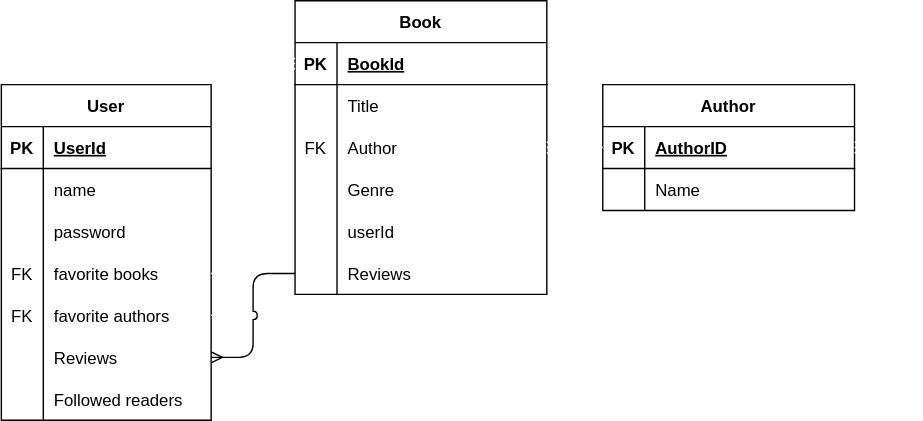
This is img/erd.drawio.svg from WaltersMatthew/BookTalk, a draw.io export, as it was before one commit. Source tidied: cells renumbered, new cells last; positions are measured from the earlier drawing's top-left corner, leaving out a move shared by most shapes.
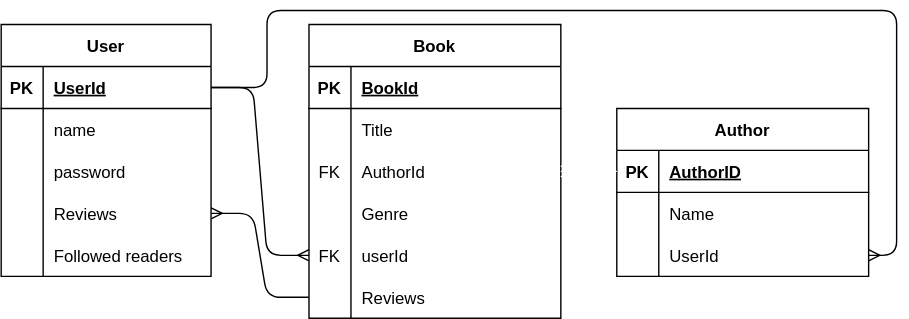
Later version of the same file.

What changed in the source:
```diff
@@ -3,7 +3,7 @@
     <mxCell id="0" />
     <mxCell id="1" parent="0" />
     <mxCell id="2" value="User" style="shape=table;startSize=30;rowLines=0;fontStyle=1;align=center;swimlaneFillColor=default;" parent="1" vertex="1">
-      <mxGeometry y="60" width="150" height="240" as="geometry" />
+      <mxGeometry x="-10" width="150" height="180" as="geometry" />
     </mxCell>
     <mxCell id="3" style="shape=partialRectangle;fillColor=none;top=0;left=0;bottom=1;right=0;points=[[0,0.5],[1,0.5]];portConstraint=eastwest;" parent="2" vertex="1">
       <mxGeometry y="30" width="150" height="30" as="geometry" />
@@ -32,26 +32,8 @@
     <mxCell id="11" value="password" style="shape=partialRectangle;fillColor=none;top=0;left=0;bottom=0;right=0;align=left;spacingLeft=6;overflow=hidden;" parent="9" vertex="1">
       <mxGeometry x="30" width="120" height="30" as="geometry" />
     </mxCell>
-    <mxCell id="12" style="shape=partialRectangle;fillColor=none;top=0;left=0;bottom=0;right=0;points=[[0,0.5],[1,0.5]];portConstraint=eastwest;" parent="2" vertex="1">
-      <mxGeometry y="120" width="150" height="30" as="geometry" />
-    </mxCell>
-    <mxCell id="13" value="FK" style="shape=partialRectangle;fillColor=none;top=0;left=0;bottom=0;right=0;overflow=hidden;" parent="12" vertex="1">
-      <mxGeometry width="30" height="30" as="geometry" />
-    </mxCell>
-    <mxCell id="14" value="favorite books" style="shape=partialRectangle;fillColor=none;top=0;left=0;bottom=0;right=0;align=left;spacingLeft=6;overflow=hidden;" parent="12" vertex="1">
-      <mxGeometry x="30" width="120" height="30" as="geometry" />
-    </mxCell>
-    <mxCell id="15" style="shape=partialRectangle;fillColor=none;top=0;left=0;bottom=0;right=0;points=[[0,0.5],[1,0.5]];portConstraint=eastwest;" parent="2" vertex="1">
-      <mxGeometry y="150" width="150" height="30" as="geometry" />
-    </mxCell>
-    <mxCell id="16" value="FK" style="shape=partialRectangle;fillColor=none;top=0;left=0;bottom=0;right=0;overflow=hidden;" parent="15" vertex="1">
-      <mxGeometry width="30" height="30" as="geometry" />
-    </mxCell>
-    <mxCell id="17" value="favorite authors" style="shape=partialRectangle;fillColor=none;top=0;left=0;bottom=0;right=0;align=left;spacingLeft=6;overflow=hidden;" parent="15" vertex="1">
-      <mxGeometry x="30" width="120" height="30" as="geometry" />
-    </mxCell>
     <mxCell id="18" style="shape=partialRectangle;fillColor=none;top=0;left=0;bottom=0;right=0;points=[[0,0.5],[1,0.5]];portConstraint=eastwest;" parent="2" vertex="1">
-      <mxGeometry y="180" width="150" height="30" as="geometry" />
+      <mxGeometry y="120" width="150" height="30" as="geometry" />
     </mxCell>
     <mxCell id="19" style="shape=partialRectangle;fillColor=none;top=0;left=0;bottom=0;right=0;overflow=hidden;" parent="18" vertex="1">
       <mxGeometry width="30" height="30" as="geometry" />
@@ -60,7 +42,7 @@
       <mxGeometry x="30" width="120" height="30" as="geometry" />
     </mxCell>
     <mxCell id="21" style="shape=partialRectangle;fillColor=none;top=0;left=0;bottom=0;right=0;" parent="2" vertex="1">
-      <mxGeometry y="210" width="150" height="30" as="geometry" />
+      <mxGeometry y="150" width="150" height="30" as="geometry" />
     </mxCell>
     <mxCell id="22" style="shape=partialRectangle;fillColor=none;top=0;left=0;bottom=0;right=0;overflow=hidden;" parent="21" vertex="1">
       <mxGeometry width="30" height="30" as="geometry" />
@@ -95,7 +77,7 @@
     <mxCell id="32" value="FK" style="shape=partialRectangle;fillColor=none;top=0;left=0;bottom=0;right=0;overflow=hidden;" parent="31" vertex="1">
       <mxGeometry width="30" height="30" as="geometry" />
     </mxCell>
-    <mxCell id="33" value="Author" style="shape=partialRectangle;fillColor=none;top=0;left=0;bottom=0;right=0;align=left;spacingLeft=6;overflow=hidden;" parent="31" vertex="1">
+    <mxCell id="33" value="AuthorId" style="shape=partialRectangle;fillColor=none;top=0;left=0;bottom=0;right=0;align=left;spacingLeft=6;overflow=hidden;" parent="31" vertex="1">
       <mxGeometry x="30" width="150" height="30" as="geometry" />
     </mxCell>
     <mxCell id="34" style="shape=partialRectangle;fillColor=none;top=0;left=0;bottom=0;right=0;" parent="24" vertex="1">
@@ -110,7 +92,7 @@
     <mxCell id="37" style="shape=partialRectangle;fillColor=none;top=0;left=0;bottom=0;right=0;points=[[0,0.5],[1,0.5]];portConstraint=eastwest;" parent="24" vertex="1">
       <mxGeometry y="150" width="180" height="30" as="geometry" />
     </mxCell>
-    <mxCell id="38" style="shape=partialRectangle;fillColor=none;top=0;left=0;bottom=0;right=0;overflow=hidden;" parent="37" vertex="1">
+    <mxCell id="38" value="FK" style="shape=partialRectangle;fillColor=none;top=0;left=0;bottom=0;right=0;overflow=hidden;" parent="37" vertex="1">
       <mxGeometry width="30" height="30" as="geometry" />
     </mxCell>
     <mxCell id="39" value="userId" style="shape=partialRectangle;fillColor=none;top=0;left=0;bottom=0;right=0;align=left;spacingLeft=6;overflow=hidden;" parent="37" vertex="1">
@@ -125,11 +107,8 @@
     <mxCell id="42" value="Reviews" style="shape=partialRectangle;fillColor=none;top=0;left=0;bottom=0;right=0;align=left;spacingLeft=6;overflow=hidden;" parent="40" vertex="1">
       <mxGeometry x="30" width="150" height="30" as="geometry" />
     </mxCell>
-    <mxCell id="43" style="edgeStyle=entityRelationEdgeStyle;fontSize=12;html=1;endArrow=ERmany;exitX=1;exitY=0.5;exitDx=0;exitDy=0;entryX=0;entryY=0.5;entryDx=0;entryDy=0;fillColor=#f9f7ed;strokeColor=#FFFFFF;" parent="1" edge="1" source="12" target="25">
-      <mxGeometry relative="1" as="geometry" />
-    </mxCell>
     <mxCell id="44" value="Author" style="shape=table;startSize=30;rowLines=0;fontStyle=1;align=center;swimlaneFillColor=default;" parent="1" vertex="1">
-      <mxGeometry x="430" y="60" width="180" height="90" as="geometry" />
+      <mxGeometry x="430" y="60" width="180" height="120" as="geometry" />
     </mxCell>
     <mxCell id="45" style="shape=partialRectangle;fillColor=none;top=0;left=0;bottom=1;right=0;points=[[0,0.5],[1,0.5]];portConstraint=eastwest;" parent="44" vertex="1">
       <mxGeometry y="30" width="180" height="30" as="geometry" />
@@ -149,19 +128,34 @@
     <mxCell id="50" value="Name" style="shape=partialRectangle;fillColor=none;top=0;left=0;bottom=0;right=0;align=left;spacingLeft=6;overflow=hidden;" parent="48" vertex="1">
       <mxGeometry x="30" width="150" height="30" as="geometry" />
     </mxCell>
+    <mxCell id="54" style="shape=partialRectangle;fillColor=none;top=0;left=0;bottom=0;right=0;points=[[0,0.5],[1,0.5]];portConstraint=eastwest;" parent="44" vertex="1">
+      <mxGeometry y="90" width="180" height="30" as="geometry" />
+    </mxCell>
+    <mxCell id="55" style="shape=partialRectangle;fillColor=none;top=0;left=0;bottom=0;right=0;overflow=hidden;" parent="54" vertex="1">
+      <mxGeometry width="30" height="30" as="geometry" />
+    </mxCell>
+    <mxCell id="56" value="UserId" style="shape=partialRectangle;fillColor=none;top=0;left=0;bottom=0;right=0;align=left;spacingLeft=6;overflow=hidden;" parent="54" vertex="1">
+      <mxGeometry x="30" width="150" height="30" as="geometry" />
+    </mxCell>
     <mxCell id="51" style="edgeStyle=entityRelationEdgeStyle;fontSize=12;html=1;endArrow=ERmany;exitX=0;exitY=0.5;exitDx=0;exitDy=0;strokeColor=#FFFFFF;" parent="1" edge="1" source="45" target="31">
       <mxGeometry relative="1" as="geometry" />
     </mxCell>
-    <mxCell id="52" style="edgeStyle=none;rounded=1;jumpStyle=arc;html=1;exitX=1;exitY=0.5;exitDx=0;exitDy=0;entryX=1;entryY=0.5;entryDx=0;entryDy=0;endArrow=ERmany;endFill=0;fillColor=#f9f7ed;strokeColor=#FFFFFF;" parent="1" edge="1" source="15" target="45">
-      <mxGeometry relative="1" as="geometry">
-        <Array as="points">
-          <mxPoint x="650" y="225" />
-          <mxPoint x="650" y="105" />
-        </Array>
-      </mxGeometry>
-    </mxCell>
     <mxCell id="53" style="edgeStyle=entityRelationEdgeStyle;fontSize=12;html=1;endArrow=ERmany;rounded=1;jumpStyle=arc;exitX=0;exitY=0.5;exitDx=0;exitDy=0;entryX=1;entryY=0.5;entryDx=0;entryDy=0;" parent="1" edge="1" source="40" target="18">
       <mxGeometry relative="1" as="geometry" />
     </mxCell>
+    <mxCell id="57" style="edgeStyle=entityRelationEdgeStyle;fontSize=12;html=1;endArrow=ERmany;exitX=1;exitY=0.5;exitDx=0;exitDy=0;entryX=0;entryY=0.5;entryDx=0;entryDy=0;" parent="1" edge="1" source="3" target="37">
+      <mxGeometry relative="1" as="geometry" />
+    </mxCell>
+    <mxCell id="58" style="edgeStyle=none;rounded=1;html=1;entryX=1;entryY=0.5;entryDx=0;entryDy=0;endArrow=ERmany;endFill=0;" parent="1" edge="1" target="54">
+      <mxGeometry relative="1" as="geometry">
+        <mxPoint x="140" y="45" as="sourcePoint" />
+        <Array as="points">
+          <mxPoint x="180" y="45" />
+          <mxPoint x="180" y="-10" />
+          <mxPoint x="630" y="-10" />
+          <mxPoint x="630" y="165" />
+        </Array>
+      </mxGeometry>
+    </mxCell>
   </root>
 </mxGraphModel>
```
